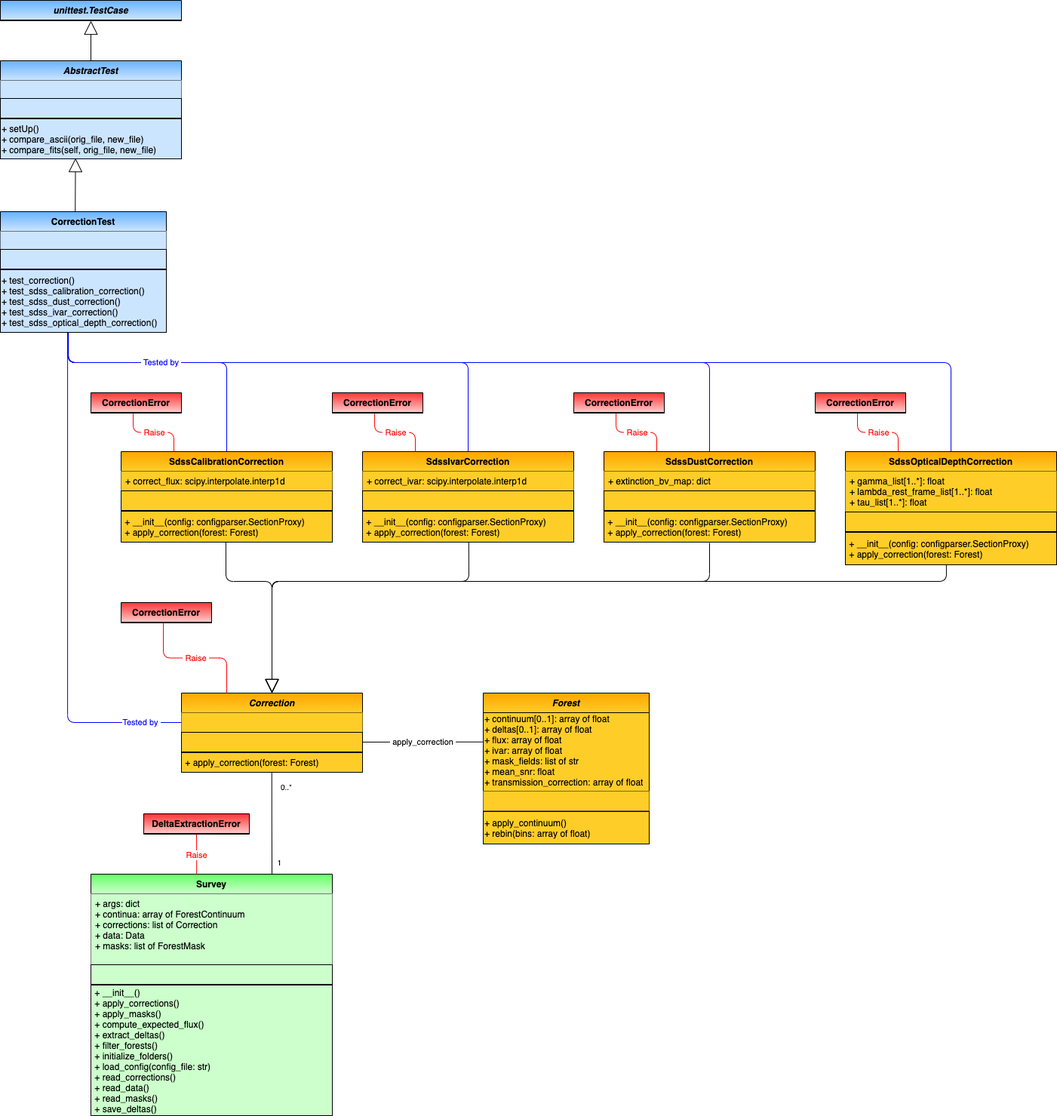
Before: py/picca/delta_extraction/docs/data_model/data_model-Correction.png, a diagram exported from draw.io (igmhub/picca). Source tidied: cells renumbered, new cells last; positions are measured from the earlier drawing's top-left corner, leaving out a move shared by most shapes.
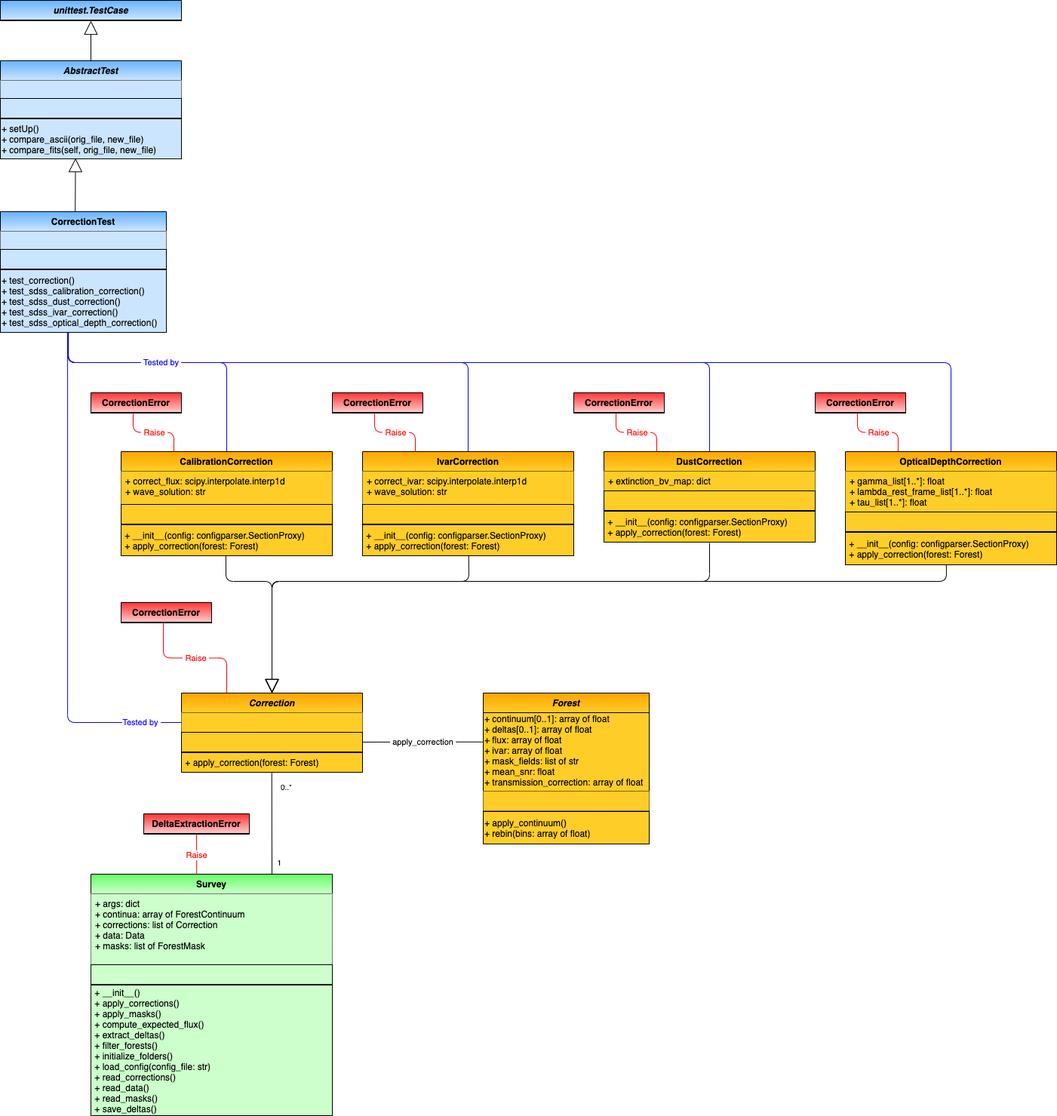
Later version of the same file.

Diff of the diagram source:
```diff
@@ -92,37 +92,37 @@
     <mxCell id="19" value=" + apply_correction(forest: Forest)" style="text;strokeColor=#000000;fillColor=#ffcd28;align=left;verticalAlign=middle;overflow=hidden;points=[[0,0.5],[1,0.5]];portConstraint=eastwest;rounded=0;shadow=0;glass=0;comic=0;fontStyle=0;gradientColor=none;swimlaneFillColor=#ffffff;gradientDirection=north;startSize=26;" parent="15" vertex="1">
       <mxGeometry y="79" width="240" height="26" as="geometry" />
     </mxCell>
-    <mxCell id="20" value="SdssCalibrationCorrection" style="swimlane;fontStyle=1;horizontal=1;startSize=26;fillColor=#ffcd28;swimlaneFillColor=#ffffff;rounded=0;shadow=0;glass=0;comic=0;strokeColor=#000000;gradientColor=#ffa500;swimlaneLine=1;gradientDirection=north;" parent="1" vertex="1">
-      <mxGeometry x="160" y="598" width="280" height="120" as="geometry" />
+    <mxCell id="20" value="CalibrationCorrection" style="swimlane;fontStyle=1;horizontal=1;startSize=26;fillColor=#ffcd28;swimlaneFillColor=#ffffff;rounded=0;shadow=0;glass=0;comic=0;strokeColor=#000000;gradientColor=#ffa500;swimlaneLine=1;gradientDirection=north;" parent="1" vertex="1">
+      <mxGeometry x="160" y="598" width="280" height="138" as="geometry" />
     </mxCell>
-    <mxCell id="21" value="+ correct_flux: scipy.interpolate.interp1d" style="text;strokeColor=none;fillColor=#ffcd28;align=left;verticalAlign=top;spacingLeft=4;spacingRight=4;overflow=hidden;gradientColor=none;" parent="20" vertex="1">
-      <mxGeometry y="26" width="280" height="26" as="geometry" />
+    <mxCell id="21" value="+ correct_flux: scipy.interpolate.interp1d&#10;+ wave_solution: str" style="text;strokeColor=none;fillColor=#ffcd28;align=left;verticalAlign=top;spacingLeft=4;spacingRight=4;overflow=hidden;gradientColor=none;" parent="20" vertex="1">
+      <mxGeometry y="26" width="280" height="44" as="geometry" />
     </mxCell>
     <mxCell id="22" style="text;strokeColor=#000000;fillColor=#ffcd28;align=left;verticalAlign=middle;overflow=hidden;rounded=0;shadow=0;glass=0;comic=0;fontStyle=0;gradientColor=none;swimlaneFillColor=#ffffff;gradientDirection=north;startSize=26;" parent="20" vertex="1">
-      <mxGeometry y="52" width="280" height="26" as="geometry" />
+      <mxGeometry y="70" width="280" height="26" as="geometry" />
     </mxCell>
     <mxCell id="23" style="line;strokeWidth=1;fillColor=none;align=left;verticalAlign=middle;spacingTop=-1;spacingLeft=3;spacingRight=3;labelPosition=right;rounded=0;shadow=0;glass=0;comic=0;" parent="20" vertex="1">
-      <mxGeometry y="78" width="280" height="1" as="geometry" />
+      <mxGeometry y="96" width="280" height="1" as="geometry" />
     </mxCell>
     <mxCell id="24" value=" + __init__(config: configparser.SectionProxy)&#10; + apply_correction(forest: Forest)" style="text;strokeColor=#000000;fillColor=#ffcd28;align=left;verticalAlign=middle;overflow=hidden;points=[[0,0.5],[1,0.5]];portConstraint=eastwest;rounded=0;shadow=0;glass=0;comic=0;fontStyle=0;gradientColor=none;swimlaneFillColor=#ffffff;gradientDirection=north;startSize=26;" parent="20" vertex="1">
-      <mxGeometry y="79" width="280" height="41" as="geometry" />
+      <mxGeometry y="97" width="280" height="41" as="geometry" />
     </mxCell>
-    <mxCell id="25" value="SdssIvarCorrection" style="swimlane;fontStyle=1;horizontal=1;startSize=26;fillColor=#ffcd28;swimlaneFillColor=#ffffff;rounded=0;shadow=0;glass=0;comic=0;strokeColor=#000000;gradientColor=#ffa500;swimlaneLine=1;gradientDirection=north;" parent="1" vertex="1">
-      <mxGeometry x="480" y="598" width="280" height="120" as="geometry" />
+    <mxCell id="25" value="IvarCorrection" style="swimlane;fontStyle=1;horizontal=1;startSize=26;fillColor=#ffcd28;swimlaneFillColor=#ffffff;rounded=0;shadow=0;glass=0;comic=0;strokeColor=#000000;gradientColor=#ffa500;swimlaneLine=1;gradientDirection=north;" parent="1" vertex="1">
+      <mxGeometry x="480" y="598" width="280" height="138" as="geometry" />
     </mxCell>
-    <mxCell id="26" value="+ correct_ivar: scipy.interpolate.interp1d" style="text;strokeColor=none;fillColor=#ffcd28;align=left;verticalAlign=top;spacingLeft=4;spacingRight=4;overflow=hidden;gradientColor=none;" parent="25" vertex="1">
-      <mxGeometry y="26" width="280" height="26" as="geometry" />
+    <mxCell id="26" value="+ correct_ivar: scipy.interpolate.interp1d&#10;+ wave_solution: str" style="text;strokeColor=none;fillColor=#ffcd28;align=left;verticalAlign=top;spacingLeft=4;spacingRight=4;overflow=hidden;gradientColor=none;" parent="25" vertex="1">
+      <mxGeometry y="26" width="280" height="44" as="geometry" />
     </mxCell>
     <mxCell id="27" style="text;strokeColor=#000000;fillColor=#ffcd28;align=left;verticalAlign=middle;overflow=hidden;rounded=0;shadow=0;glass=0;comic=0;fontStyle=0;gradientColor=none;swimlaneFillColor=#ffffff;gradientDirection=north;startSize=26;" parent="25" vertex="1">
-      <mxGeometry y="52" width="280" height="26" as="geometry" />
+      <mxGeometry y="70" width="280" height="26" as="geometry" />
     </mxCell>
     <mxCell id="28" style="line;strokeWidth=1;fillColor=none;align=left;verticalAlign=middle;spacingTop=-1;spacingLeft=3;spacingRight=3;labelPosition=right;rounded=0;shadow=0;glass=0;comic=0;" parent="25" vertex="1">
-      <mxGeometry y="78" width="280" height="1" as="geometry" />
+      <mxGeometry y="96" width="280" height="1" as="geometry" />
     </mxCell>
     <mxCell id="29" value=" + __init__(config: configparser.SectionProxy)&#10; + apply_correction(forest: Forest)" style="text;strokeColor=#000000;fillColor=#ffcd28;align=left;verticalAlign=middle;overflow=hidden;points=[[0,0.5],[1,0.5]];portConstraint=eastwest;rounded=0;shadow=0;glass=0;comic=0;fontStyle=0;gradientColor=none;swimlaneFillColor=#ffffff;gradientDirection=north;startSize=26;" parent="25" vertex="1">
-      <mxGeometry y="79" width="280" height="41" as="geometry" />
+      <mxGeometry y="97" width="280" height="41" as="geometry" />
     </mxCell>
-    <mxCell id="30" value="SdssDustCorrection" style="swimlane;fontStyle=1;horizontal=1;startSize=26;fillColor=#ffcd28;swimlaneFillColor=#ffffff;rounded=0;shadow=0;glass=0;comic=0;strokeColor=#000000;gradientColor=#ffa500;swimlaneLine=1;gradientDirection=north;" parent="1" vertex="1">
+    <mxCell id="30" value="DustCorrection" style="swimlane;fontStyle=1;horizontal=1;startSize=26;fillColor=#ffcd28;swimlaneFillColor=#ffffff;rounded=0;shadow=0;glass=0;comic=0;strokeColor=#000000;gradientColor=#ffa500;swimlaneLine=1;gradientDirection=north;" parent="1" vertex="1">
       <mxGeometry x="800" y="598" width="280" height="120" as="geometry" />
     </mxCell>
     <mxCell id="31" value="+ extinction_bv_map: dict" style="text;strokeColor=none;fillColor=#ffcd28;align=left;verticalAlign=top;spacingLeft=4;spacingRight=4;overflow=hidden;gradientColor=none;" parent="30" vertex="1">
@@ -137,7 +137,7 @@
     <mxCell id="34" value=" + __init__(config: configparser.SectionProxy)&#10; + apply_correction(forest: Forest)" style="text;strokeColor=#000000;fillColor=#ffcd28;align=left;verticalAlign=middle;overflow=hidden;points=[[0,0.5],[1,0.5]];portConstraint=eastwest;rounded=0;shadow=0;glass=0;comic=0;fontStyle=0;gradientColor=none;swimlaneFillColor=#ffffff;gradientDirection=north;startSize=26;" parent="30" vertex="1">
       <mxGeometry y="79" width="280" height="41" as="geometry" />
     </mxCell>
-    <mxCell id="35" value="SdssOpticalDepthCorrection" style="swimlane;fontStyle=1;horizontal=1;startSize=26;fillColor=#ffcd28;swimlaneFillColor=#ffffff;rounded=0;shadow=0;glass=0;comic=0;strokeColor=#000000;gradientColor=#ffa500;swimlaneLine=1;gradientDirection=north;" parent="1" vertex="1">
+    <mxCell id="35" value="OpticalDepthCorrection" style="swimlane;fontStyle=1;horizontal=1;startSize=26;fillColor=#ffcd28;swimlaneFillColor=#ffffff;rounded=0;shadow=0;glass=0;comic=0;strokeColor=#000000;gradientColor=#ffa500;swimlaneLine=1;gradientDirection=north;" parent="1" vertex="1">
       <mxGeometry x="1120" y="598" width="280" height="150" as="geometry" />
     </mxCell>
     <mxCell id="36" value="+ gamma_list[1..*]: float&#10;+ lambda_rest_frame_list[1..*]: float&#10;+ tau_list[1..*]: float" style="text;strokeColor=none;fillColor=#ffcd28;align=left;verticalAlign=top;spacingLeft=4;spacingRight=4;overflow=hidden;gradientColor=none;" parent="35" vertex="1">
```
